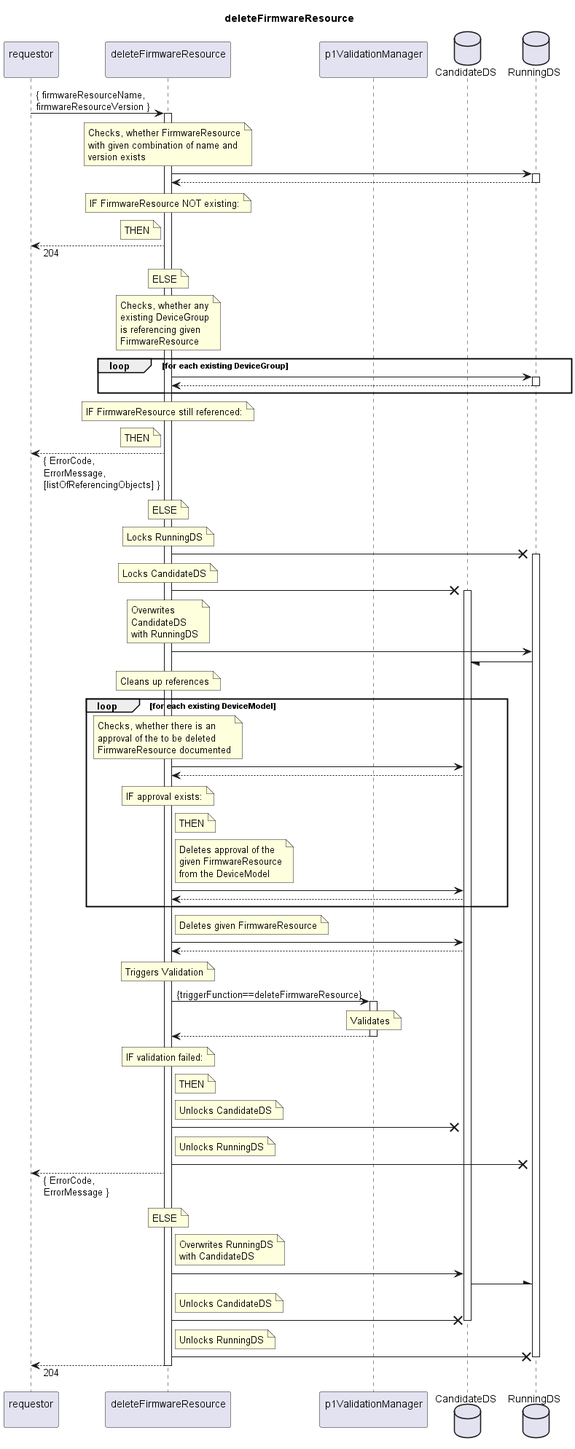
openBackhaul/FirmWareManager keeps this PlantUML diagram as spec/Services/deleteFirmwareResource/1.0.0/deleteFirmwareResource.png. Above is the earlier version.
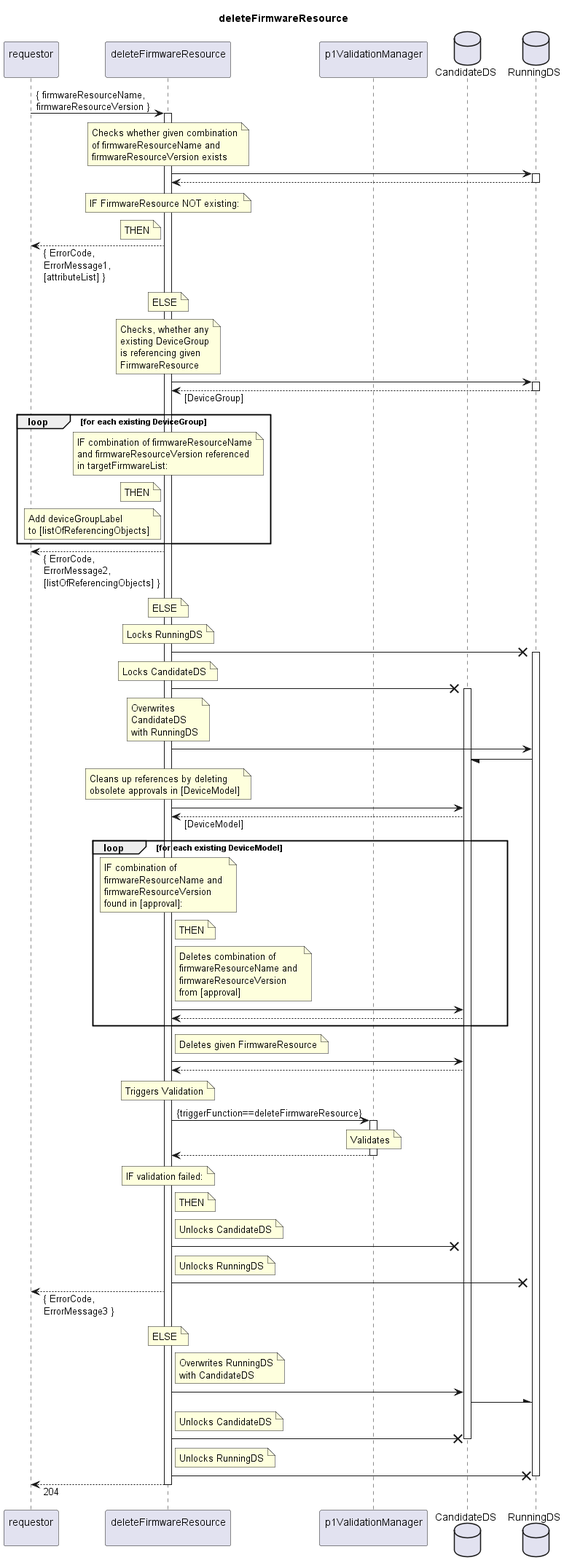
Later version of the same file.

What changed in the source:
```diff
@@ -15,9 +15,9 @@
 activate indServ
 
   note over indServ
-    Checks, whether FirmwareResource
-    with given combination of name and
-    version exists
+    Checks whether given combination
+    of firmwareResourceName and
+    firmwareResourceVersion exists
   end note
   indServ -> RunDS
   activate RunDS
@@ -29,7 +29,7 @@
   note left indServ
     THEN
   end note
-  requestor <-- indServ: 204
+  requestor <-- indServ: { ErrorCode,\nErrorMessage1,\n[attributeList] }
   note over indServ
     ELSE
   end note
@@ -40,19 +40,25 @@
     is referencing given
     FirmwareResource
   end note
+  indServ -> RunDS
+  activate RunDS
+  indServ <-- RunDS: [DeviceGroup]
+  deactivate RunDS
   loop for each existing DeviceGroup
-    indServ -> RunDS
-    activate RunDS
-    indServ <-- RunDS
-    deactivate RunDS
+    note over indServ
+      IF combination of firmwareResourceName
+      and firmwareResourceVersion referenced
+      in targetFirmwareList:
+    end note
+    note left indServ
+      THEN
+    end note
+    note left indServ
+      Add deviceGroupLabel
+      to [listOfReferencingObjects]
+    end note
   end loop
-  note over indServ
-    IF FirmwareResource still referenced:
-  end note
-  note left indServ
-    THEN
-  end note
-  requestor <-- indServ: { ErrorCode,\nErrorMessage,\n[listOfReferencingObjects] }
+  requestor <-- indServ: { ErrorCode,\nErrorMessage2,\n[listOfReferencingObjects] }
   note over indServ
     ELSE
   end note
@@ -76,26 +82,26 @@
   RunDS -/ CanDS
 
   note over indServ
-    Cleans up references
+    Cleans up references by deleting
+    obsolete approvals in [DeviceModel]
   end note
+    indServ -> CanDS
+    indServ <-- CanDS: [DeviceModel]
   loop for each existing DeviceModel
     note over indServ
-      Checks, whether there is an
-      approval of the to be deleted
-      FirmwareResource documented
-    end note
-    indServ -> CanDS
-    indServ <-- CanDS
-    note over indServ
-      IF approval exists:
+      IF combination of
+      firmwareResourceName and
+      firmwareResourceVersion
+      found in [approval]:
     end note
     note right indServ
       THEN
     end note
     note right indServ
-      Deletes approval of the
-      given FirmwareResource
-      from the DeviceModel
+      Deletes combination of
+      firmwareResourceName and
+      firmwareResourceVersion
+      from [approval]
     end note
     indServ -> CanDS
     indServ <-- CanDS
@@ -131,7 +137,7 @@
     Unlocks RunningDS
   end note
   indServ -X RunDS
-  requestor <-- indServ: { ErrorCode,\nErrorMessage }
+  requestor <-- indServ: { ErrorCode,\nErrorMessage3 }
   note over indServ
     ELSE
   end note
```
